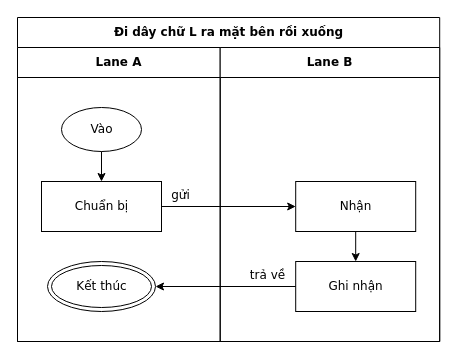
luytbq/flowcast keeps this draw.io diagram as conformance/golden/cases/15-route-l-shape.drawio. Above is the earlier version. Source tidied: cells renumbered, new cells numbered last; positions are measured from the earlier drawing's top-left corner, leaving out a move shared by most shapes. Both pictures are drawn from the tidied source at 100%, with x=0, y=0 at pixel (17, 17).
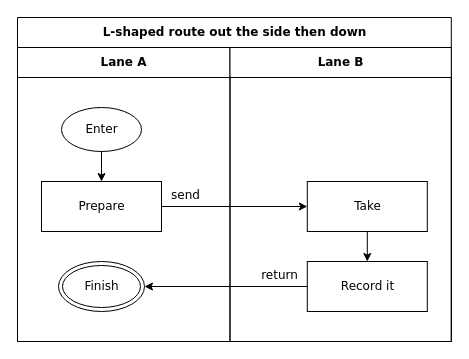
The same diagram, later.

The edit, as a diff of the source:
```diff
@@
 <mxGraphModel>
   <root>
     <mxCell id="0" />
     <mxCell id="1" parent="0" />
-    <mxCell id="2" value="Đi dây chữ L ra mặt bên rồi xuống" style="swimlane;html=1;startSize=30;fontStyle=1;fontFamily=Verdana;fontSize=12;flowtable=1;" parent="1" vertex="1">
-      <mxGeometry width="422.2" height="324" as="geometry" />
+    <mxCell id="2" value="L-shaped route out the side then down" style="swimlane;html=1;startSize=30;fontStyle=1;fontFamily=Verdana;fontSize=12;flowtable=1;" parent="1" vertex="1">
+      <mxGeometry width="433.8" height="324" as="geometry" />
     </mxCell>
     <mxCell id="3" value="Lane A" style="swimlane;html=1;startSize=30;fontFamily=Verdana;fontSize=12;flowtable=1;" parent="2" vertex="1">
-      <mxGeometry y="30" width="202.7" height="294" as="geometry" />
+      <mxGeometry y="30" width="212.5" height="294" as="geometry" />
     </mxCell>
     <mxCell id="4" value="Lane B" style="swimlane;html=1;startSize=30;fontFamily=Verdana;fontSize=12;flowtable=1;" parent="2" vertex="1">
-      <mxGeometry x="202.7" y="30" width="219.5" height="294" as="geometry" />
+      <mxGeometry x="212.5" y="30" width="221.3" height="294" as="geometry" />
     </mxCell>
-    <mxCell id="5" value="Vào" style="ellipse;html=1;fontFamily=Verdana;fontSize=12;flowtable=1;" parent="3" vertex="1">
+    <mxCell id="5" value="Enter" style="ellipse;html=1;fontFamily=Verdana;fontSize=12;flowtable=1;" parent="3" vertex="1">
       <mxGeometry x="44" y="60" width="80" height="44" as="geometry" />
     </mxCell>
-    <mxCell id="6" value="Chuẩn bị" style="rounded=0;html=1;fontFamily=Verdana;fontSize=12;flowtable=1;" parent="3" vertex="1">
+    <mxCell id="6" value="Prepare" style="rounded=0;html=1;fontFamily=Verdana;fontSize=12;flowtable=1;" parent="3" vertex="1">
       <mxGeometry x="24" y="134" width="120" height="50" as="geometry" />
     </mxCell>
-    <mxCell id="7" value="Nhận" style="rounded=0;html=1;fontFamily=Verdana;fontSize=12;flowtable=1;" parent="4" vertex="1">
-      <mxGeometry x="75.5" y="134" width="120" height="50" as="geometry" />
+    <mxCell id="7" value="Take" style="rounded=0;html=1;fontFamily=Verdana;fontSize=12;flowtable=1;" parent="4" vertex="1">
+      <mxGeometry x="77.3" y="134" width="120" height="50" as="geometry" />
     </mxCell>
-    <mxCell id="8" value="Ghi nhận" style="rounded=0;html=1;fontFamily=Verdana;fontSize=12;flowtable=1;" parent="4" vertex="1">
-      <mxGeometry x="75.5" y="214" width="120" height="50" as="geometry" />
+    <mxCell id="8" value="Record it" style="rounded=0;html=1;fontFamily=Verdana;fontSize=12;flowtable=1;" parent="4" vertex="1">
+      <mxGeometry x="77.3" y="214" width="120" height="50" as="geometry" />
     </mxCell>
-    <mxCell id="9" value="Kết thúc" style="shape=doubleEllipse;html=1;fontFamily=Verdana;fontSize=12;flowtable=1;" parent="3" vertex="1">
-      <mxGeometry x="30" y="214" width="108" height="50" as="geometry" />
+    <mxCell id="9" value="Finish" style="shape=doubleEllipse;html=1;fontFamily=Verdana;fontSize=12;flowtable=1;" parent="3" vertex="1">
+      <mxGeometry x="41" y="214" width="86" height="50" as="geometry" />
     </mxCell>
     <mxCell id="10" style="edgeStyle=orthogonalEdgeStyle;rounded=0;jettySize=auto;html=1;labelBackgroundColor=default;exitX=0.5;exitY=1;exitDx=0;exitDy=0;entryX=0.5;entryY=0;entryDx=0;entryDy=0;fontFamily=Verdana;fontSize=12;flowtable=1;" parent="2" edge="1" source="5" target="6">
       <mxGeometry relative="1" as="geometry" />
     </mxCell>
-    <mxCell id="11" value="gửi" style="edgeStyle=orthogonalEdgeStyle;rounded=0;jettySize=auto;html=1;labelBackgroundColor=default;exitX=1;exitY=0.5;exitDx=0;exitDy=0;entryX=0;entryY=0.5;entryDx=0;entryDy=0;fontFamily=Verdana;fontSize=12;flowtable=1;" parent="2" edge="1" source="6" target="7">
-      <mxGeometry x="-0.71" relative="1" as="geometry">
+    <mxCell id="11" value="send" style="edgeStyle=orthogonalEdgeStyle;rounded=0;jettySize=auto;html=1;labelBackgroundColor=default;exitX=1;exitY=0.5;exitDx=0;exitDy=0;entryX=0;entryY=0.5;entryDx=0;entryDy=0;fontFamily=Verdana;fontSize=12;flowtable=1;" parent="2" edge="1" source="6" target="7">
+      <mxGeometry x="-0.67" relative="1" as="geometry">
         <mxPoint y="-11.5" as="offset" />
       </mxGeometry>
     </mxCell>
     <mxCell id="12" style="edgeStyle=orthogonalEdgeStyle;rounded=0;jettySize=auto;html=1;labelBackgroundColor=default;exitX=0.5;exitY=1;exitDx=0;exitDy=0;entryX=0.5;entryY=0;entryDx=0;entryDy=0;fontFamily=Verdana;fontSize=12;flowtable=1;" parent="2" edge="1" source="7" target="8">
       <mxGeometry relative="1" as="geometry" />
     </mxCell>
-    <mxCell id="13" value="trả về" style="edgeStyle=orthogonalEdgeStyle;rounded=0;jettySize=auto;html=1;labelBackgroundColor=default;exitX=0;exitY=0.5;exitDx=0;exitDy=0;entryX=1;entryY=0.5;entryDx=0;entryDy=0;fontFamily=Verdana;fontSize=12;flowtable=1;" parent="2" edge="1" source="8" target="9">
-      <mxGeometry x="-0.6" relative="1" as="geometry">
+    <mxCell id="13" value="return" style="edgeStyle=orthogonalEdgeStyle;rounded=0;jettySize=auto;html=1;labelBackgroundColor=default;exitX=0;exitY=0.5;exitDx=0;exitDy=0;entryX=1;entryY=0.5;entryDx=0;entryDy=0;fontFamily=Verdana;fontSize=12;flowtable=1;" parent="2" edge="1" source="8" target="9">
+      <mxGeometry x="-0.65" relative="1" as="geometry">
         <mxPoint y="-11.5" as="offset" />
       </mxGeometry>
     </mxCell>
   </root>
 </mxGraphModel>
```
